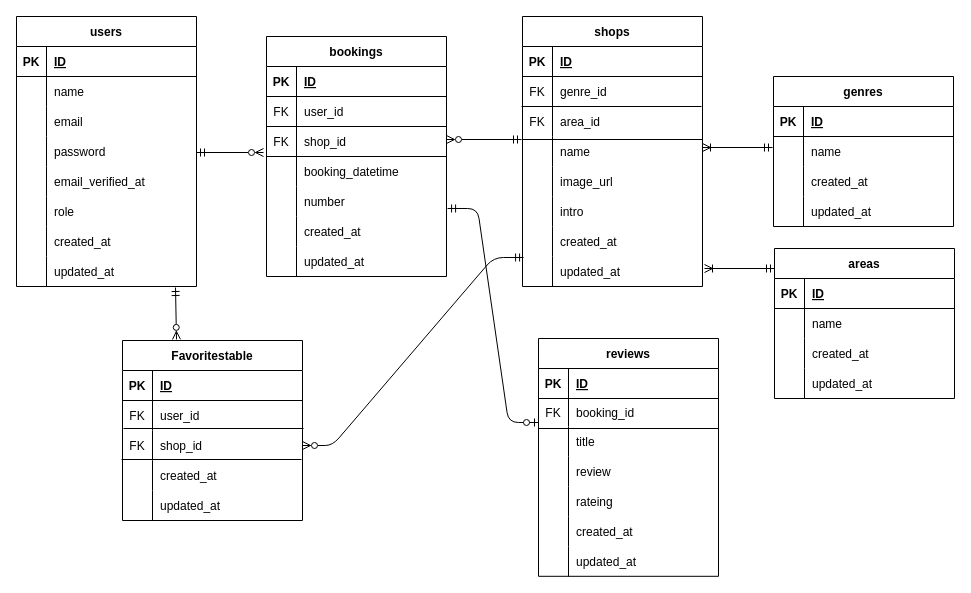
Otsumu/Diningnavi keeps this draw.io diagram as ER.drawio. Above is the earlier version. Source tidied: cells renumbered, new cells numbered last; positions are measured from the earlier drawing's top-left corner, leaving out a move shared by most shapes. Both pictures are drawn from the tidied source at 100%, with x=0, y=0 at pixel (16, 16).
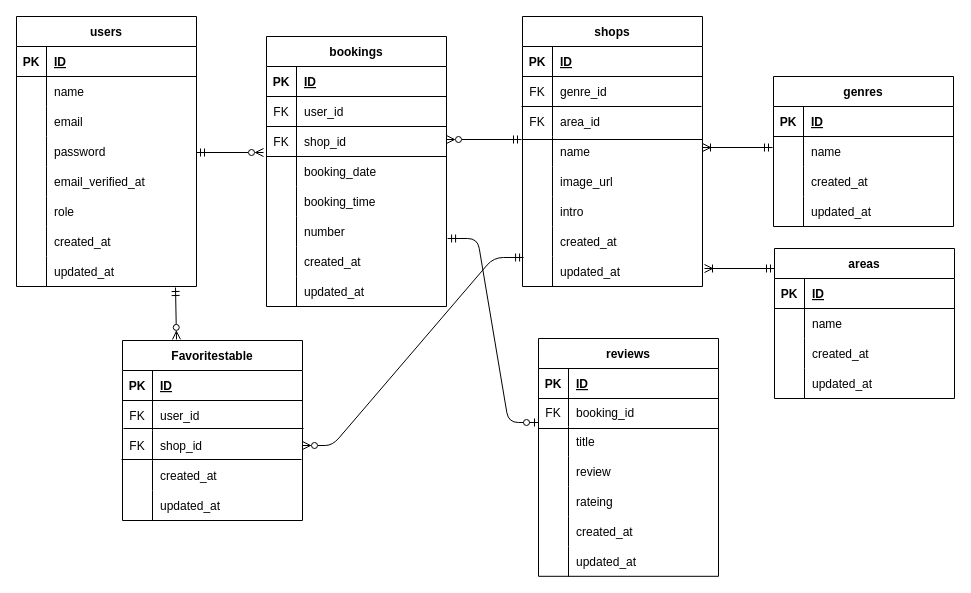
The same diagram, later.

Diff of the diagram source:
```diff
@@
     <mxCell id="52" value="bookings" style="shape=table;startSize=30;childLayout=tableLayout;rowLines=0;fontStyle=1;align=center;rounded=0;" parent="1" vertex="1">
-      <mxGeometry x="250" y="20" width="180" height="240" as="geometry" />
+      <mxGeometry x="250" y="20" width="180" height="270" as="geometry" />
     </mxCell>
@@
+    <mxCell id="153" style="shape=tableRow;horizontal=0;startSize=0;swimlaneHead=0;swimlaneBody=0;fillColor=none;top=0;left=0;right=0;bottom=0;rounded=0;" parent="52" vertex="1">
+      <mxGeometry y="120" width="180" height="30" as="geometry" />
+    </mxCell>
+    <mxCell id="154" style="shape=partialRectangle;fillColor=none;top=0;left=0;bottom=0;right=0;overflow=hidden;rounded=0;" parent="153" vertex="1">
+      <mxGeometry width="30" height="30" as="geometry" />
+    </mxCell>
+    <mxCell id="155" value="booking_date" style="shape=partialRectangle;fillColor=none;top=0;left=0;bottom=0;right=0;align=left;spacingLeft=6;overflow=hidden;rounded=0;" parent="153" vertex="1">
+      <mxGeometry x="30" width="150" height="30" as="geometry" />
+    </mxCell>
     <mxCell id="62" style="shape=tableRow;horizontal=0;startSize=0;swimlaneHead=0;swimlaneBody=0;fillColor=none;top=0;left=0;right=0;bottom=0;rounded=0;" parent="52" vertex="1">
-      <mxGeometry y="120" width="180" height="30" as="geometry" />
+      <mxGeometry y="150" width="180" height="30" as="geometry" />
     </mxCell>
@@
-    <mxCell id="64" value="booking_datetime" style="shape=partialRectangle;fillColor=none;top=0;left=0;bottom=0;right=0;align=left;spacingLeft=6;overflow=hidden;rounded=0;" parent="62" vertex="1">
+    <mxCell id="64" value="booking_time" style="shape=partialRectangle;fillColor=none;top=0;left=0;bottom=0;right=0;align=left;spacingLeft=6;overflow=hidden;rounded=0;" parent="62" vertex="1">
       <mxGeometry x="30" width="150" height="30" as="geometry" />
     </mxCell>
     <mxCell id="65" style="shape=tableRow;horizontal=0;startSize=0;swimlaneHead=0;swimlaneBody=0;fillColor=none;points=[[0,0.5],[1,0.5]];portConstraint=eastwest;top=0;left=0;right=0;bottom=0;rounded=0;" parent="52" vertex="1">
-      <mxGeometry y="150" width="180" height="30" as="geometry" />
+      <mxGeometry y="180" width="180" height="30" as="geometry" />
     </mxCell>
@@
     <mxCell id="68" style="shape=tableRow;horizontal=0;startSize=0;swimlaneHead=0;swimlaneBody=0;fillColor=none;top=0;left=0;right=0;bottom=0;rounded=0;" parent="52" vertex="1">
-      <mxGeometry y="180" width="180" height="30" as="geometry" />
+      <mxGeometry y="210" width="180" height="30" as="geometry" />
     </mxCell>
@@
     <mxCell id="71" style="shape=tableRow;horizontal=0;startSize=0;swimlaneHead=0;swimlaneBody=0;fillColor=none;top=0;left=0;right=0;bottom=0;rounded=0;" parent="52" vertex="1">
-      <mxGeometry y="210" width="180" height="30" as="geometry" />
+      <mxGeometry y="240" width="180" height="30" as="geometry" />
     </mxCell>
```
